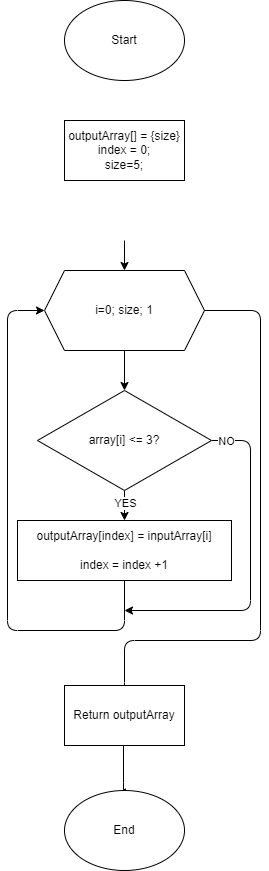
wdlts/EXAMINATION_CSHARP keeps this draw.io diagram as 2.MainMethodSortReturn.drawio.png. Above is the earlier version. Source tidied: cells renumbered, new cells last; positions are measured from the earlier drawing's top-left corner, leaving out a move shared by most shapes.
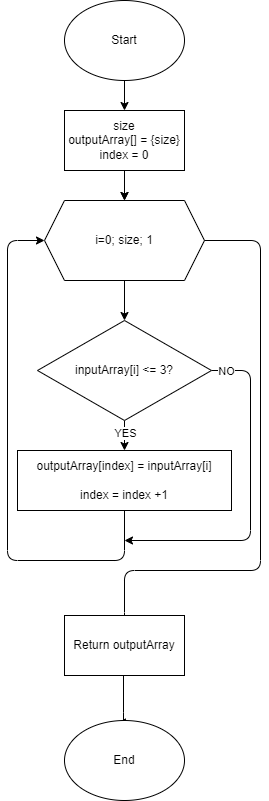
The same file after the commit.

The edit, as a diff of the source:
```diff
@@ -44,7 +44,7 @@
         <mxPoint x="-8" as="offset" />
       </mxGeometry>
     </mxCell>
-    <mxCell id="10" value="array[i] &amp;lt;= 3?" style="rhombus;whiteSpace=wrap;html=1;" parent="1" vertex="1">
+    <mxCell id="10" value="inputArray[i] &amp;lt;= 3?" style="rhombus;whiteSpace=wrap;html=1;" parent="1" vertex="1">
       <mxGeometry x="30" y="390" width="174" height="100" as="geometry" />
     </mxCell>
     <mxCell id="11" style="edgeStyle=orthogonalEdgeStyle;html=1;entryX=0;entryY=0.5;entryDx=0;entryDy=0;" parent="1" edge="1" source="12" target="4">
@@ -59,8 +59,11 @@
     <mxCell id="12" value="outputArray[index] = inputArray[i]&lt;br&gt;&lt;br&gt;index = index +1" style="rounded=0;whiteSpace=wrap;html=1;" parent="1" vertex="1">
       <mxGeometry x="10" y="520" width="214" height="60" as="geometry" />
     </mxCell>
+    <mxCell id="17" style="edgeStyle=none;html=1;" parent="1" edge="1" source="13" target="16">
+      <mxGeometry relative="1" as="geometry" />
+    </mxCell>
     <mxCell id="13" value="&lt;span&gt;Start&lt;/span&gt;" style="ellipse;whiteSpace=wrap;html=1;" parent="1" vertex="1">
-      <mxGeometry x="57" width="120" height="80" as="geometry" />
+      <mxGeometry x="57" y="70" width="120" height="80" as="geometry" />
     </mxCell>
     <mxCell id="14" value="End" style="ellipse;whiteSpace=wrap;html=1;" parent="1" vertex="1">
       <mxGeometry x="57" y="790" width="120" height="80" as="geometry" />
@@ -68,8 +71,11 @@
     <mxCell id="15" value="Return outputArray" style="rounded=0;whiteSpace=wrap;html=1;" parent="1" vertex="1">
       <mxGeometry x="57" y="685" width="120" height="60" as="geometry" />
     </mxCell>
+    <mxCell id="18" style="edgeStyle=none;html=1;" parent="1" edge="1" source="16" target="4">
+      <mxGeometry relative="1" as="geometry" />
+    </mxCell>
-    <mxCell id="16" value="outputArray[] = {size}&lt;br&gt;index = 0;&lt;br&gt;size=5;" style="rounded=0;whiteSpace=wrap;html=1;" parent="1" vertex="1">
-      <mxGeometry x="57" y="120" width="120" height="60" as="geometry" />
+    <mxCell id="16" value="size&lt;br&gt;outputArray[] = {size}&lt;br&gt;index = 0" style="rounded=0;whiteSpace=wrap;html=1;" parent="1" vertex="1">
+      <mxGeometry x="57" y="180" width="120" height="60" as="geometry" />
     </mxCell>
   </root>
 </mxGraphModel>
```
